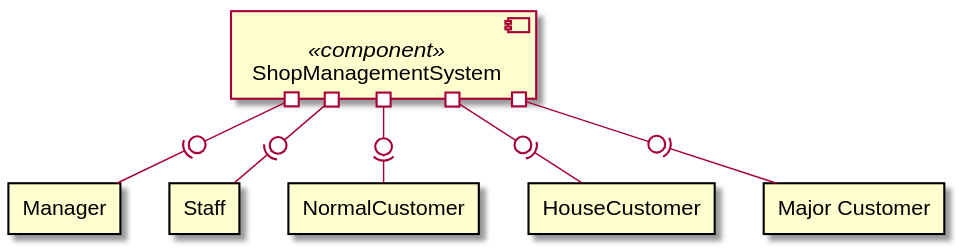
The PlantUML diagram src/main/asciidoc/models/analysis/ContextDiagram.svg in LimitlessGreen/swt18w43, before a commit.
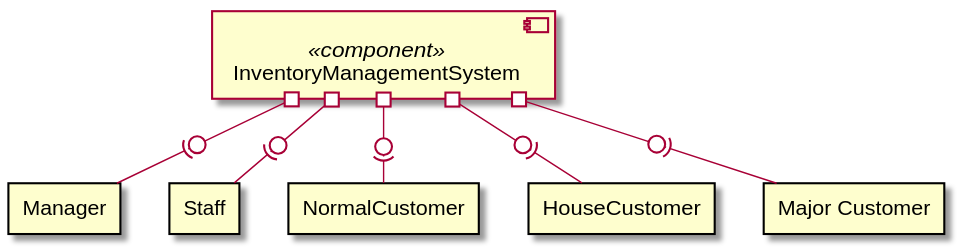
The same file after the commit.

Commit message:
[improved] ContextDiagram and TopLevelArchitecture

Diff of the diagram source:
```diff
@@ -4,7 +4,7 @@
 
 
 
-component [ShopManagementSystem] <<component>> as proc
+component [InventoryManagementSystem] <<component>> as proc
 rectangle "Manager" as k1
 rectangle "Staff" as k2
 rectangle "NormalCustomer" as k3
```
